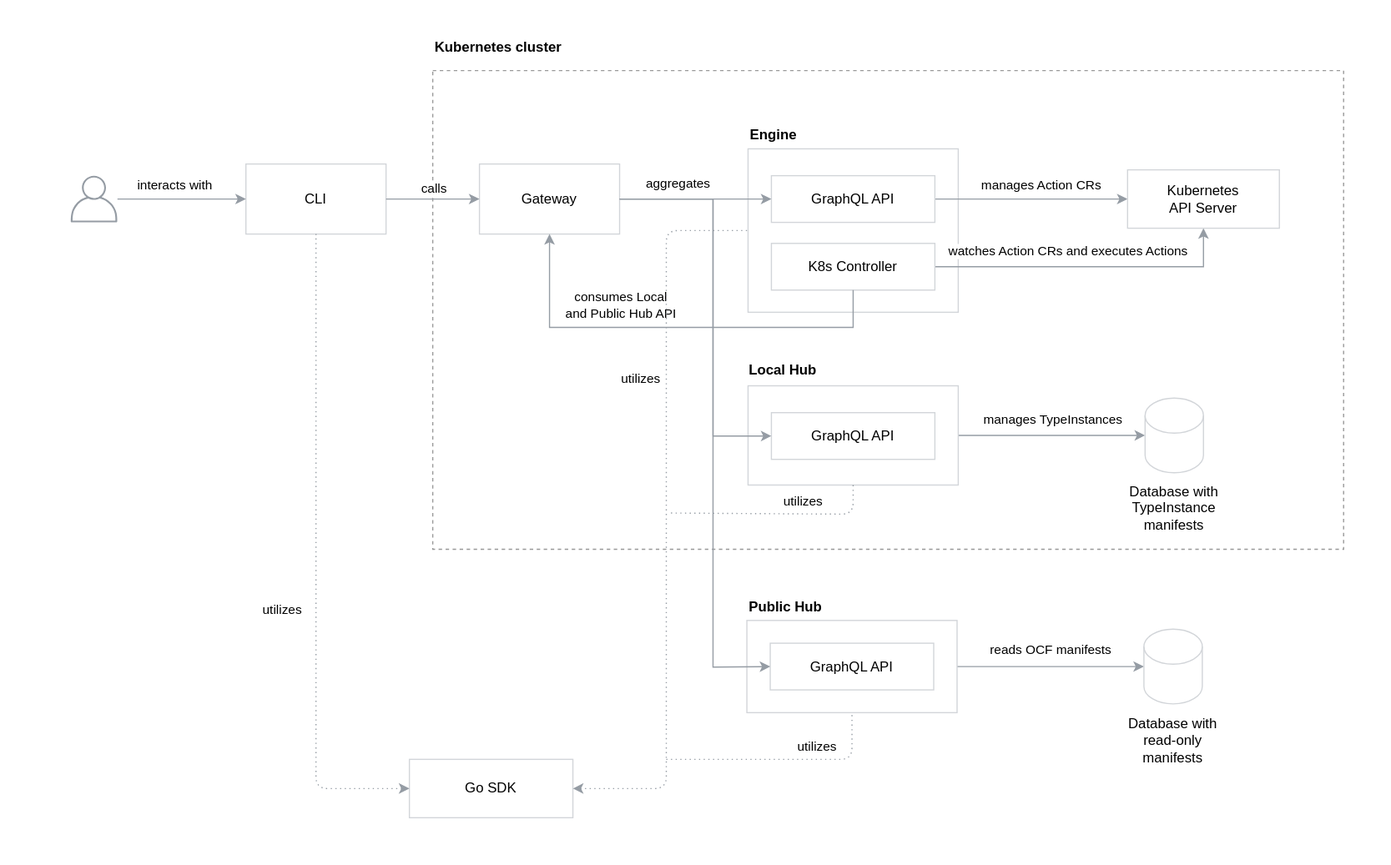
Earlier version of the draw.io export docs/architecture/assets/components.svg (capactio/website). Source tidied: cells renumbered, new cells last; positions are measured from the earlier drawing's top-left corner, leaving out a move shared by most shapes. Its diagram source:
```xml
<mxGraphModel>
  <root>
    <mxCell id="0" />
    <mxCell id="1" parent="0" />
    <mxCell id="2" style="rounded=0;whiteSpace=wrap;html=1;strokeColor=none;" parent="1" vertex="1">
      <mxGeometry width="1190" height="740" as="geometry" />
    </mxCell>
    <mxCell id="3" style="rounded=0;whiteSpace=wrap;html=1;dashed=1;fillColor=none;strokeColor=#999999;" parent="1" vertex="1">
      <mxGeometry x="370" y="60" width="780" height="410" as="geometry" />
    </mxCell>
    <mxCell id="4" value="&lt;b&gt;Engine&lt;/b&gt;" style="text;html=1;strokeColor=none;fillColor=none;align=left;verticalAlign=middle;whiteSpace=wrap;rounded=0;" parent="1" vertex="1">
      <mxGeometry x="640" y="105" width="40" height="20" as="geometry" />
    </mxCell>
    <mxCell id="5" value="CLI" style="rounded=0;whiteSpace=wrap;html=1;strokeColor=#D2D5D9;" parent="1" vertex="1">
      <mxGeometry x="210" y="140" width="120" height="60" as="geometry" />
    </mxCell>
    <mxCell id="6" style="rounded=0;whiteSpace=wrap;html=1;strokeColor=#D2D5D9;" parent="1" vertex="1">
      <mxGeometry x="640" y="127" width="180" height="140" as="geometry" />
    </mxCell>
    <mxCell id="7" value="Gateway" style="rounded=0;whiteSpace=wrap;html=1;strokeColor=#D2D5D9;" parent="1" vertex="1">
      <mxGeometry x="410" y="140" width="120" height="60" as="geometry" />
    </mxCell>
    <mxCell id="8" style="endArrow=classic;html=1;exitX=1;exitY=0.5;exitDx=0;exitDy=0;entryX=0;entryY=0.5;entryDx=0;entryDy=0;strokeColor=#959CA4;" parent="1" edge="1" source="5" target="7">
      <mxGeometry relative="1" as="geometry" />
    </mxCell>
    <mxCell id="9" value="calls" style="edgeLabel;html=1;align=center;verticalAlign=middle;" parent="8" vertex="1">
      <mxGeometry x="-0.57" y="-1" relative="1" as="geometry">
        <mxPoint x="23" y="-11" as="offset" />
      </mxGeometry>
    </mxCell>
    <mxCell id="10" style="outlineConnect=0;fontColor=#232F3E;gradientColor=none;strokeColor=none;dashed=0;verticalLabelPosition=bottom;verticalAlign=top;align=center;html=1;fontSize=12;fontStyle=0;shape=mxgraph.aws4.user;fillColor=#959CA4;" parent="1" vertex="1">
      <mxGeometry x="60" y="150" width="40" height="40" as="geometry" />
    </mxCell>
    <mxCell id="11" style="endArrow=classic;html=1;entryX=0;entryY=0.5;entryDx=0;entryDy=0;strokeColor=#959CA4;" parent="1" edge="1" target="5">
      <mxGeometry relative="1" as="geometry">
        <mxPoint x="100" y="170" as="sourcePoint" />
      </mxGeometry>
    </mxCell>
    <mxCell id="12" value="interacts with" style="edgeLabel;html=1;align=center;verticalAlign=middle;" parent="11" vertex="1">
      <mxGeometry x="-0.24" y="-2" relative="1" as="geometry">
        <mxPoint x="6" y="-15" as="offset" />
      </mxGeometry>
    </mxCell>
    <mxCell id="13" style="edgeStyle=orthogonalEdgeStyle;rounded=0;jettySize=auto;html=1;exitX=1;exitY=0.5;exitDx=0;exitDy=0;entryX=0;entryY=0.5;entryDx=0;entryDy=0;strokeColor=#959CA4;" parent="1" edge="1" source="15" target="34">
      <mxGeometry relative="1" as="geometry" />
    </mxCell>
    <mxCell id="14" value="manages Action CRs" style="edgeLabel;html=1;align=center;verticalAlign=middle;" parent="13" vertex="1">
      <mxGeometry x="-0.3" y="-3" relative="1" as="geometry">
        <mxPoint x="32" y="-16" as="offset" />
      </mxGeometry>
    </mxCell>
    <mxCell id="15" value="GraphQL API" style="rounded=0;whiteSpace=wrap;html=1;strokeColor=#D2D5D9;" parent="1" vertex="1">
      <mxGeometry x="660" y="150" width="140" height="40" as="geometry" />
    </mxCell>
    <mxCell id="16" style="edgeStyle=orthogonalEdgeStyle;rounded=0;jettySize=auto;html=1;exitX=1;exitY=0.5;exitDx=0;exitDy=0;entryX=0.5;entryY=1;entryDx=0;entryDy=0;strokeColor=#959CA4;" parent="1" edge="1" source="18" target="34">
      <mxGeometry relative="1" as="geometry" />
    </mxCell>
    <mxCell id="17" value="watches Action CRs and executes Actions" style="edgeLabel;html=1;align=center;verticalAlign=middle;" parent="16" vertex="1">
      <mxGeometry x="-0.43" y="2" relative="1" as="geometry">
        <mxPoint x="38" y="-12" as="offset" />
      </mxGeometry>
    </mxCell>
    <mxCell id="18" value="K8s Controller" style="rounded=0;whiteSpace=wrap;html=1;strokeColor=#D2D5D9;" parent="1" vertex="1">
      <mxGeometry x="660" y="208" width="140" height="40" as="geometry" />
    </mxCell>
    <mxCell id="19" style="edgeStyle=orthogonalEdgeStyle;rounded=0;jettySize=auto;html=1;exitX=1;exitY=0.5;exitDx=0;exitDy=0;entryX=0;entryY=0.5;entryDx=0;entryDy=0;entryPerimeter=0;strokeColor=#959CA4;" parent="1" edge="1" source="20" target="33">
      <mxGeometry relative="1" as="geometry" />
    </mxCell>
    <mxCell id="20" style="rounded=0;whiteSpace=wrap;html=1;strokeColor=#D2D5D9;" parent="1" vertex="1">
      <mxGeometry x="640" y="330" width="180" height="85" as="geometry" />
    </mxCell>
    <mxCell id="21" value="&lt;b&gt;Local Hub&lt;/b&gt;" style="text;html=1;strokeColor=none;fillColor=none;align=left;verticalAlign=middle;whiteSpace=wrap;rounded=0;" parent="1" vertex="1">
      <mxGeometry x="639" y="307" width="70" height="20" as="geometry" />
    </mxCell>
    <mxCell id="22" value="GraphQL API" style="rounded=0;whiteSpace=wrap;html=1;strokeColor=#D2D5D9;" parent="1" vertex="1">
      <mxGeometry x="660" y="353" width="140" height="40" as="geometry" />
    </mxCell>
    <mxCell id="23" style="edgeStyle=orthogonalEdgeStyle;rounded=0;jettySize=auto;html=1;exitX=1;exitY=0.5;exitDx=0;exitDy=0;entryX=0;entryY=0.5;entryDx=0;entryDy=0;entryPerimeter=0;strokeColor=#959CA4;" parent="1" edge="1" source="25" target="32">
      <mxGeometry relative="1" as="geometry" />
    </mxCell>
    <mxCell id="24" value="reads OCF manifests" style="edgeLabel;html=1;align=center;verticalAlign=middle;" parent="23" vertex="1">
      <mxGeometry x="-0.49" y="5" relative="1" as="geometry">
        <mxPoint x="38.8" y="-10.5" as="offset" />
      </mxGeometry>
    </mxCell>
    <mxCell id="25" style="rounded=0;whiteSpace=wrap;html=1;strokeColor=#D2D5D9;" parent="1" vertex="1">
      <mxGeometry x="639" y="531" width="180" height="79" as="geometry" />
    </mxCell>
    <mxCell id="26" value="&lt;b&gt;Public Hub&lt;/b&gt;" style="text;html=1;strokeColor=none;fillColor=none;align=left;verticalAlign=middle;whiteSpace=wrap;rounded=0;" parent="1" vertex="1">
      <mxGeometry x="639" y="510" width="70" height="20" as="geometry" />
    </mxCell>
    <mxCell id="27" value="GraphQL API" style="rounded=0;whiteSpace=wrap;html=1;strokeColor=#D2D5D9;" parent="1" vertex="1">
      <mxGeometry x="659" y="550.5" width="140" height="40" as="geometry" />
    </mxCell>
    <mxCell id="28" style="endArrow=classic;html=1;exitX=1;exitY=0.5;exitDx=0;exitDy=0;entryX=0;entryY=0.5;entryDx=0;entryDy=0;rounded=0;strokeColor=#959CA4;" parent="1" edge="1" source="7" target="15">
      <mxGeometry relative="1" as="geometry">
        <Array as="points">
          <mxPoint x="610" y="170" />
        </Array>
      </mxGeometry>
    </mxCell>
    <mxCell id="29" style="endArrow=classic;html=1;exitX=1;exitY=0.5;exitDx=0;exitDy=0;entryX=0;entryY=0.5;entryDx=0;entryDy=0;rounded=0;strokeColor=#959CA4;" parent="1" edge="1" source="7" target="22">
      <mxGeometry relative="1" as="geometry">
        <Array as="points">
          <mxPoint x="610" y="170" />
          <mxPoint x="610" y="373" />
        </Array>
      </mxGeometry>
    </mxCell>
    <mxCell id="30" style="endArrow=classic;html=1;exitX=1;exitY=0.5;exitDx=0;exitDy=0;entryX=0;entryY=0.5;entryDx=0;entryDy=0;rounded=0;strokeColor=#959CA4;" parent="1" edge="1" source="7" target="27">
      <mxGeometry relative="1" as="geometry">
        <Array as="points">
          <mxPoint x="610" y="170" />
          <mxPoint x="610" y="571" />
        </Array>
      </mxGeometry>
    </mxCell>
    <mxCell id="31" value="aggregates" style="edgeLabel;html=1;align=center;verticalAlign=middle;" parent="30" vertex="1">
      <mxGeometry x="-0.8" y="1" relative="1" as="geometry">
        <mxPoint x="-5" y="-13" as="offset" />
      </mxGeometry>
    </mxCell>
    <mxCell id="32" style="shape=cylinder3;whiteSpace=wrap;html=1;boundedLbl=1;backgroundOutline=1;size=15;strokeColor=#D2D5D9;" parent="1" vertex="1">
      <mxGeometry x="979" y="538.5" width="50" height="64" as="geometry" />
    </mxCell>
    <mxCell id="33" style="shape=cylinder3;whiteSpace=wrap;html=1;boundedLbl=1;backgroundOutline=1;size=15;strokeColor=#D2D5D9;" parent="1" vertex="1">
      <mxGeometry x="980" y="340.5" width="50" height="64" as="geometry" />
    </mxCell>
    <mxCell id="34" value="Kubernetes&lt;br&gt;API Server" style="rounded=0;whiteSpace=wrap;html=1;strokeColor=#D2D5D9;" parent="1" vertex="1">
      <mxGeometry x="965" y="145" width="130" height="50" as="geometry" />
    </mxCell>
    <mxCell id="35" value="Database with read-only manifests" style="text;html=1;strokeColor=none;fillColor=none;align=center;verticalAlign=middle;whiteSpace=wrap;rounded=0;fontStyle=0;" parent="1" vertex="1">
      <mxGeometry x="964" y="614" width="80" height="40" as="geometry" />
    </mxCell>
    <mxCell id="36" value="manages TypeInstances" style="edgeLabel;html=1;align=center;verticalAlign=middle;" parent="1" vertex="1">
      <mxGeometry x="900" y="358" as="geometry" />
    </mxCell>
    <mxCell id="37" style="edgeStyle=orthogonalEdgeStyle;rounded=0;jettySize=auto;html=1;exitX=0.5;exitY=1;exitDx=0;exitDy=0;entryX=0.5;entryY=1;entryDx=0;entryDy=0;strokeColor=#959CA4;" parent="1" edge="1" source="18" target="7">
      <mxGeometry relative="1" as="geometry">
        <Array as="points">
          <mxPoint x="730" y="280" />
          <mxPoint x="470" y="280" />
        </Array>
      </mxGeometry>
    </mxCell>
    <mxCell id="38" value="consumes Local&lt;br&gt;and Public Hub API" style="edgeLabel;html=1;align=center;verticalAlign=middle;" parent="37" vertex="1">
      <mxGeometry x="-0.12" y="-1" relative="1" as="geometry">
        <mxPoint x="-69" y="-19" as="offset" />
      </mxGeometry>
    </mxCell>
    <mxCell id="39" value="Database with TypeInstance manifests" style="text;html=1;strokeColor=none;fillColor=none;align=center;verticalAlign=middle;whiteSpace=wrap;rounded=0;fontStyle=0;" parent="1" vertex="1">
      <mxGeometry x="965" y="415" width="80" height="40" as="geometry" />
    </mxCell>
    <mxCell id="40" value="&lt;b&gt;Kubernetes cluster&lt;/b&gt;" style="text;html=1;strokeColor=none;fillColor=none;align=left;verticalAlign=middle;whiteSpace=wrap;rounded=0;" parent="1" vertex="1">
      <mxGeometry x="370" y="30" width="120" height="20" as="geometry" />
    </mxCell>
    <mxCell id="41" value="Go SDK" style="rounded=0;whiteSpace=wrap;html=1;strokeColor=#D2D5D9;" parent="1" vertex="1">
      <mxGeometry x="350" y="650" width="140" height="50" as="geometry" />
    </mxCell>
    <mxCell id="42" style="endArrow=none;dashed=1;html=1;dashPattern=1 3;strokeWidth=1;exitX=0;exitY=0.5;exitDx=0;exitDy=0;strokeColor=#959CA4;startArrow=classic;startFill=1;entryX=0.5;entryY=1;entryDx=0;entryDy=0;" parent="1" edge="1" source="41" target="5">
      <mxGeometry relative="1" as="geometry">
        <Array as="points">
          <mxPoint x="270" y="675" />
          <mxPoint x="270" y="430" />
        </Array>
      </mxGeometry>
    </mxCell>
    <mxCell id="43" value="utilizes" style="edgeLabel;html=1;align=center;verticalAlign=middle;" parent="42" vertex="1">
      <mxGeometry x="-0.22" y="1" relative="1" as="geometry">
        <mxPoint x="-29" y="-17.5" as="offset" />
      </mxGeometry>
    </mxCell>
    <mxCell id="44" style="endArrow=none;dashed=1;html=1;dashPattern=1 3;strokeWidth=1;exitX=1;exitY=0.5;exitDx=0;exitDy=0;strokeColor=#959CA4;startArrow=classic;startFill=1;entryX=0;entryY=0.5;entryDx=0;entryDy=0;" parent="1" edge="1" source="41" target="6">
      <mxGeometry relative="1" as="geometry">
        <Array as="points">
          <mxPoint x="570" y="675" />
          <mxPoint x="570" y="197" />
        </Array>
      </mxGeometry>
    </mxCell>
    <mxCell id="45" value="utilizes" style="edgeLabel;html=1;align=center;verticalAlign=middle;" parent="44" vertex="1">
      <mxGeometry x="-0.22" y="1" relative="1" as="geometry">
        <mxPoint x="-22" y="-188" as="offset" />
      </mxGeometry>
    </mxCell>
    <mxCell id="46" style="endArrow=none;dashed=1;html=1;dashPattern=1 3;strokeWidth=1;strokeColor=#959CA4;startArrow=none;startFill=0;entryX=0.5;entryY=1;entryDx=0;entryDy=0;" parent="1" edge="1" target="20">
      <mxGeometry relative="1" as="geometry">
        <mxPoint x="574" y="439" as="sourcePoint" />
        <Array as="points">
          <mxPoint x="730" y="440" />
        </Array>
      </mxGeometry>
    </mxCell>
    <mxCell id="47" value="utilizes" style="edgeLabel;html=1;align=center;verticalAlign=middle;" parent="46" vertex="1">
      <mxGeometry x="-0.22" y="1" relative="1" as="geometry">
        <mxPoint x="42" y="-9.4" as="offset" />
      </mxGeometry>
    </mxCell>
    <mxCell id="48" style="endArrow=none;dashed=1;html=1;dashPattern=1 3;strokeWidth=1;strokeColor=#959CA4;startArrow=none;startFill=0;entryX=0.5;entryY=1;entryDx=0;entryDy=0;" parent="1" edge="1" target="25">
      <mxGeometry relative="1" as="geometry">
        <mxPoint x="570" y="650" as="sourcePoint" />
        <Array as="points">
          <mxPoint x="729" y="650" />
        </Array>
      </mxGeometry>
    </mxCell>
    <mxCell id="49" value="utilizes" style="edgeLabel;html=1;align=center;verticalAlign=middle;" parent="48" vertex="1">
      <mxGeometry x="-0.22" y="1" relative="1" as="geometry">
        <mxPoint x="51.2" y="-10.5" as="offset" />
      </mxGeometry>
    </mxCell>
  </root>
</mxGraphModel>
```
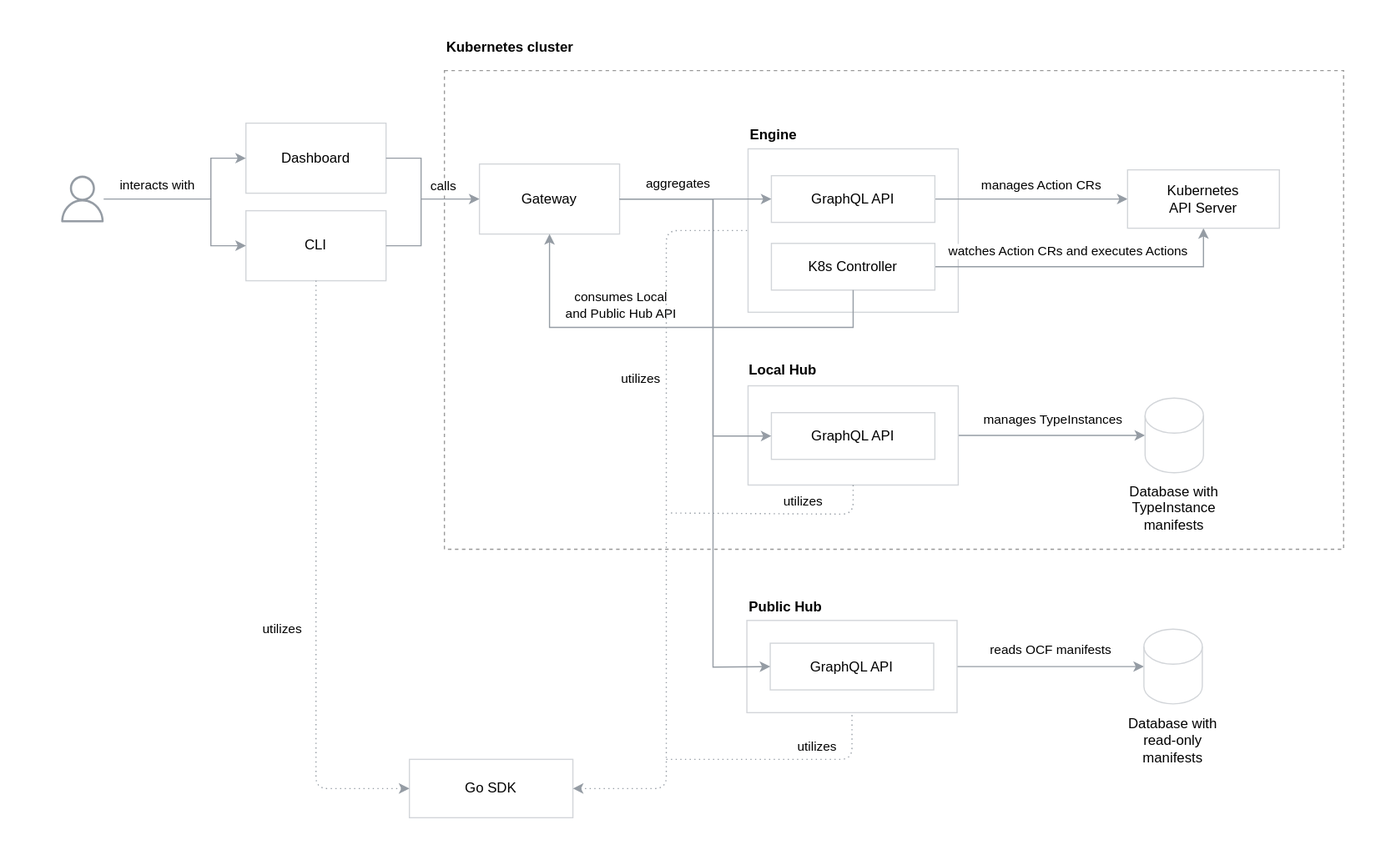
The same file after the commit.

The edit, as a diff of the source:
```diff
@@ -6,13 +6,13 @@
       <mxGeometry width="1190" height="740" as="geometry" />
     </mxCell>
     <mxCell id="3" style="rounded=0;whiteSpace=wrap;html=1;dashed=1;fillColor=none;strokeColor=#999999;" parent="1" vertex="1">
-      <mxGeometry x="370" y="60" width="780" height="410" as="geometry" />
+      <mxGeometry x="380" y="60" width="770" height="410" as="geometry" />
     </mxCell>
     <mxCell id="4" value="&lt;b&gt;Engine&lt;/b&gt;" style="text;html=1;strokeColor=none;fillColor=none;align=left;verticalAlign=middle;whiteSpace=wrap;rounded=0;" parent="1" vertex="1">
       <mxGeometry x="640" y="105" width="40" height="20" as="geometry" />
     </mxCell>
     <mxCell id="5" value="CLI" style="rounded=0;whiteSpace=wrap;html=1;strokeColor=#D2D5D9;" parent="1" vertex="1">
-      <mxGeometry x="210" y="140" width="120" height="60" as="geometry" />
+      <mxGeometry x="210" y="180" width="120" height="60" as="geometry" />
     </mxCell>
     <mxCell id="6" style="rounded=0;whiteSpace=wrap;html=1;strokeColor=#D2D5D9;" parent="1" vertex="1">
       <mxGeometry x="640" y="127" width="180" height="140" as="geometry" />
@@ -20,25 +20,33 @@
     <mxCell id="7" value="Gateway" style="rounded=0;whiteSpace=wrap;html=1;strokeColor=#D2D5D9;" parent="1" vertex="1">
       <mxGeometry x="410" y="140" width="120" height="60" as="geometry" />
     </mxCell>
-    <mxCell id="8" style="endArrow=classic;html=1;exitX=1;exitY=0.5;exitDx=0;exitDy=0;entryX=0;entryY=0.5;entryDx=0;entryDy=0;strokeColor=#959CA4;" parent="1" edge="1" source="5" target="7">
-      <mxGeometry relative="1" as="geometry" />
+    <mxCell id="8" style="endArrow=classic;html=1;exitX=1;exitY=0.5;exitDx=0;exitDy=0;entryX=0;entryY=0.5;entryDx=0;entryDy=0;strokeColor=#959CA4;rounded=0;" parent="1" edge="1" source="5" target="7">
+      <mxGeometry relative="1" as="geometry">
+        <Array as="points">
+          <mxPoint x="360" y="210" />
+          <mxPoint x="360" y="170" />
+        </Array>
+      </mxGeometry>
     </mxCell>
     <mxCell id="9" value="calls" style="edgeLabel;html=1;align=center;verticalAlign=middle;" parent="8" vertex="1">
       <mxGeometry x="-0.57" y="-1" relative="1" as="geometry">
-        <mxPoint x="23" y="-11" as="offset" />
+        <mxPoint x="22" y="-53" as="offset" />
       </mxGeometry>
     </mxCell>
     <mxCell id="10" style="outlineConnect=0;fontColor=#232F3E;gradientColor=none;strokeColor=none;dashed=0;verticalLabelPosition=bottom;verticalAlign=top;align=center;html=1;fontSize=12;fontStyle=0;shape=mxgraph.aws4.user;fillColor=#959CA4;" parent="1" vertex="1">
-      <mxGeometry x="60" y="150" width="40" height="40" as="geometry" />
+      <mxGeometry x="50" y="150" width="40" height="40" as="geometry" />
     </mxCell>
-    <mxCell id="11" style="endArrow=classic;html=1;entryX=0;entryY=0.5;entryDx=0;entryDy=0;strokeColor=#959CA4;" parent="1" edge="1" target="5">
+    <mxCell id="11" style="endArrow=classic;html=1;entryX=0;entryY=0.5;entryDx=0;entryDy=0;strokeColor=#959CA4;rounded=0;" parent="1" edge="1" source="10" target="5">
       <mxGeometry relative="1" as="geometry">
-        <mxPoint x="100" y="170" as="sourcePoint" />
+        <Array as="points">
+          <mxPoint x="180" y="170" />
+          <mxPoint x="180" y="210" />
+        </Array>
       </mxGeometry>
     </mxCell>
     <mxCell id="12" value="interacts with" style="edgeLabel;html=1;align=center;verticalAlign=middle;" parent="11" vertex="1">
       <mxGeometry x="-0.24" y="-2" relative="1" as="geometry">
-        <mxPoint x="6" y="-15" as="offset" />
+        <mxPoint x="-16" y="-15" as="offset" />
       </mxGeometry>
     </mxCell>
     <mxCell id="13" style="edgeStyle=orthogonalEdgeStyle;rounded=0;jettySize=auto;html=1;exitX=1;exitY=0.5;exitDx=0;exitDy=0;entryX=0;entryY=0.5;entryDx=0;entryDy=0;strokeColor=#959CA4;" parent="1" edge="1" source="15" target="34">
@@ -152,7 +160,7 @@
       <mxGeometry x="965" y="415" width="80" height="40" as="geometry" />
     </mxCell>
     <mxCell id="40" value="&lt;b&gt;Kubernetes cluster&lt;/b&gt;" style="text;html=1;strokeColor=none;fillColor=none;align=left;verticalAlign=middle;whiteSpace=wrap;rounded=0;" parent="1" vertex="1">
-      <mxGeometry x="370" y="30" width="120" height="20" as="geometry" />
+      <mxGeometry x="380" y="30" width="120" height="20" as="geometry" />
     </mxCell>
     <mxCell id="41" value="Go SDK" style="rounded=0;whiteSpace=wrap;html=1;strokeColor=#D2D5D9;" parent="1" vertex="1">
       <mxGeometry x="350" y="650" width="140" height="50" as="geometry" />
@@ -209,5 +217,24 @@
         <mxPoint x="51.2" y="-10.5" as="offset" />
       </mxGeometry>
     </mxCell>
+    <mxCell id="50" value="Dashboard" style="rounded=0;whiteSpace=wrap;html=1;strokeColor=#D2D5D9;" parent="1" vertex="1">
+      <mxGeometry x="210" y="105" width="120" height="60" as="geometry" />
+    </mxCell>
+    <mxCell id="51" style="endArrow=classic;html=1;entryX=0;entryY=0.5;entryDx=0;entryDy=0;strokeColor=#959CA4;rounded=0;" parent="1" edge="1" target="50">
+      <mxGeometry relative="1" as="geometry">
+        <mxPoint x="180" y="170" as="sourcePoint" />
+        <Array as="points">
+          <mxPoint x="180" y="135" />
+        </Array>
+      </mxGeometry>
+    </mxCell>
+    <mxCell id="52" style="endArrow=none;html=1;exitX=1;exitY=0.5;exitDx=0;exitDy=0;strokeColor=#959CA4;rounded=0;endFill=0;" parent="1" edge="1" source="50">
+      <mxGeometry relative="1" as="geometry">
+        <mxPoint x="360" y="170" as="targetPoint" />
+        <Array as="points">
+          <mxPoint x="360" y="135" />
+        </Array>
+      </mxGeometry>
+    </mxCell>
   </root>
 </mxGraphModel>
```
